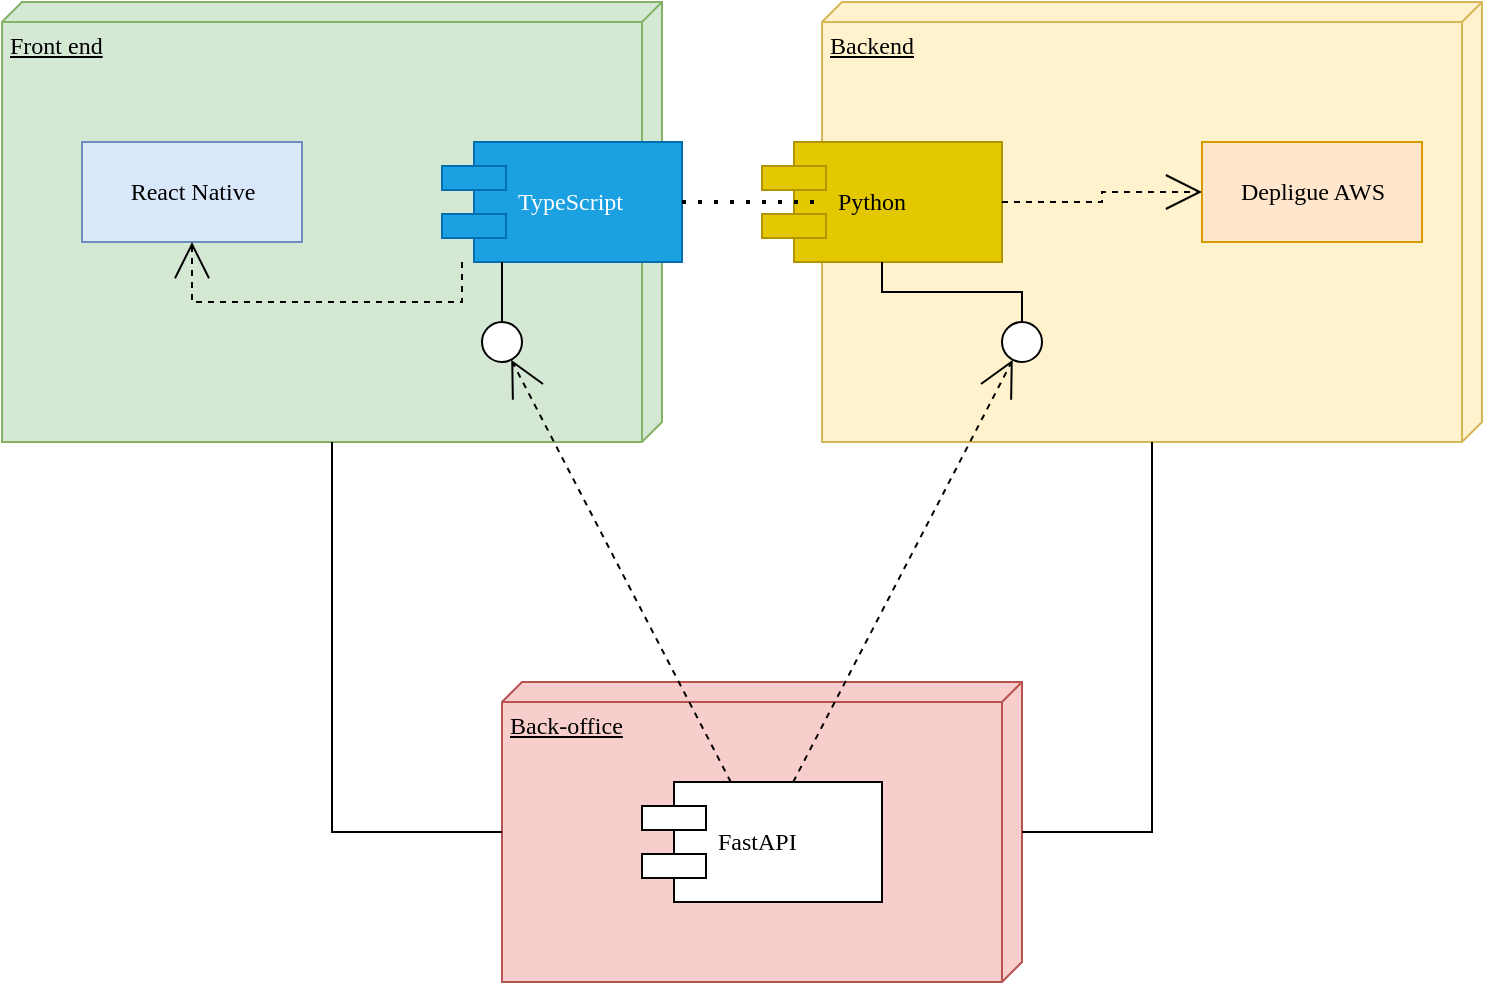
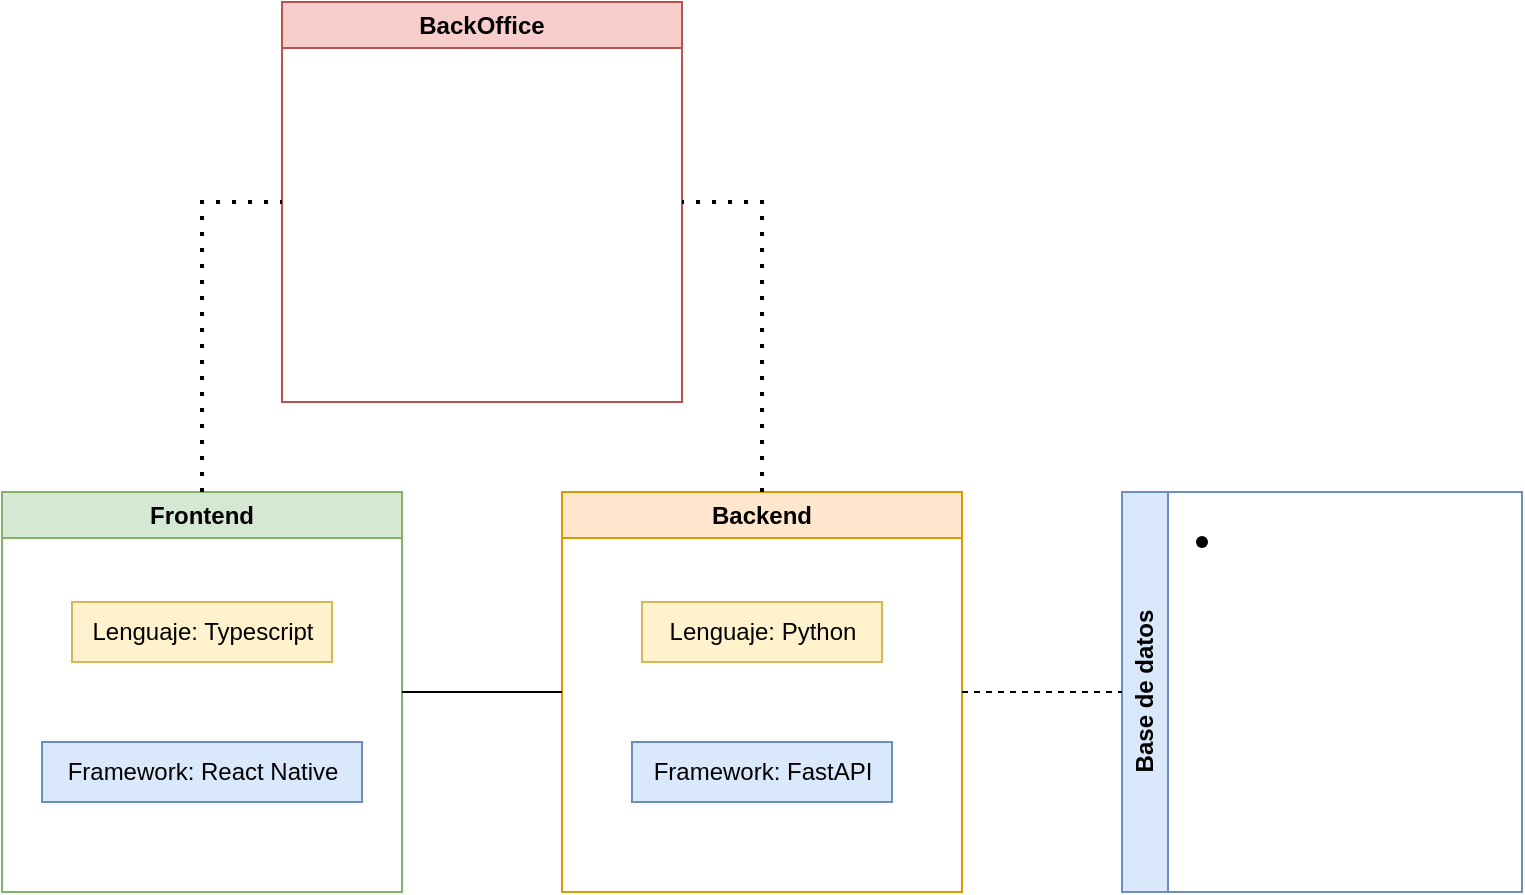
<mxfile host="app.diagrams.net" agent="Mozilla/5.0 (Windows NT 10.0; Win64; x64; rv:136.0) Gecko/20100101 Firefox/136.0" version="26.1.1">
  <diagram name="Page-1" id="5f0bae14-7c28-e335-631c-24af17079c00">
-     <mxGraphModel dx="829" dy="616" grid="1" gridSize="10" guides="1" tooltips="1" connect="1" arrows="1" fold="1" page="1" pageScale="1" pageWidth="1100" pageHeight="850" background="none" math="0" shadow="0">
+     <mxGraphModel dx="608" dy="425" grid="1" gridSize="10" guides="1" tooltips="1" connect="1" arrows="1" fold="1" page="1" pageScale="1" pageWidth="1100" pageHeight="850" background="none" math="0" shadow="0">
      <root>
        <mxCell id="0" />
        <mxCell id="1" parent="0" />
-         <mxCell id="39150e848f15840c-1" value="Front end" style="verticalAlign=top;align=left;spacingTop=8;spacingLeft=2;spacingRight=12;shape=cube;size=10;direction=south;fontStyle=4;html=1;rounded=0;shadow=0;comic=0;labelBackgroundColor=none;strokeWidth=1;fontFamily=Verdana;fontSize=12;fillColor=#d5e8d4;strokeColor=#82b366;" parent="1" vertex="1">
-           <mxGeometry x="120" y="70" width="330" height="220" as="geometry" />
+         <mxCell id="GHSZqHKe280tCcFjGG4P-3" value="&lt;div&gt;Frontend&lt;/div&gt;" style="swimlane;whiteSpace=wrap;html=1;startSize=23;fillColor=#d5e8d4;strokeColor=#82b366;" vertex="1" parent="1">
+           <mxGeometry x="240" y="325" width="200" height="200" as="geometry" />
        </mxCell>
-         <mxCell id="39150e848f15840c-2" value="Backend" style="verticalAlign=top;align=left;spacingTop=8;spacingLeft=2;spacingRight=12;shape=cube;size=10;direction=south;fontStyle=4;html=1;rounded=0;shadow=0;comic=0;labelBackgroundColor=none;strokeWidth=1;fontFamily=Verdana;fontSize=12;fillColor=#fff2cc;strokeColor=#d6b656;" parent="1" vertex="1">
-           <mxGeometry x="530" y="70" width="330" height="220" as="geometry" />
+         <mxCell id="GHSZqHKe280tCcFjGG4P-30" value="Lenguaje: Typescript" style="text;html=1;align=center;verticalAlign=middle;resizable=0;points=[];autosize=1;strokeColor=#d6b656;fillColor=#fff2cc;" vertex="1" parent="GHSZqHKe280tCcFjGG4P-3">
+           <mxGeometry x="35" y="55" width="130" height="30" as="geometry" />
        </mxCell>
-         <mxCell id="39150e848f15840c-3" value="Back-office" style="verticalAlign=top;align=left;spacingTop=8;spacingLeft=2;spacingRight=12;shape=cube;size=10;direction=south;fontStyle=4;html=1;rounded=0;shadow=0;comic=0;labelBackgroundColor=none;strokeWidth=1;fontFamily=Verdana;fontSize=12;fillColor=#f8cecc;strokeColor=#b85450;" parent="1" vertex="1">
-           <mxGeometry x="370" y="410" width="260" height="150" as="geometry" />
+         <mxCell id="GHSZqHKe280tCcFjGG4P-31" value="&lt;div&gt;Framework: React Native&lt;/div&gt;" style="text;html=1;align=center;verticalAlign=middle;resizable=0;points=[];autosize=1;strokeColor=#6c8ebf;fillColor=#dae8fc;" vertex="1" parent="GHSZqHKe280tCcFjGG4P-3">
+           <mxGeometry x="20" y="125" width="160" height="30" as="geometry" />
        </mxCell>
-         <mxCell id="39150e848f15840c-4" value="React Native" style="html=1;rounded=0;shadow=0;comic=0;labelBackgroundColor=none;strokeWidth=1;fontFamily=Verdana;fontSize=12;align=center;fillColor=#dae8fc;strokeColor=#6c8ebf;" parent="1" vertex="1">
-           <mxGeometry x="160" y="140" width="110" height="50" as="geometry" />
+         <mxCell id="GHSZqHKe280tCcFjGG4P-8" value="&lt;div&gt;Backend&lt;/div&gt;" style="swimlane;whiteSpace=wrap;html=1;fillColor=#ffe6cc;strokeColor=#d79b00;" vertex="1" parent="1">
+           <mxGeometry x="520" y="325" width="200" height="200" as="geometry" />
        </mxCell>
-         <mxCell id="39150e848f15840c-5" value="TypeScript" style="shape=component;align=left;spacingLeft=36;rounded=0;shadow=0;comic=0;labelBackgroundColor=none;strokeWidth=1;fontFamily=Verdana;fontSize=12;html=1;fillColor=#1ba1e2;fontColor=#ffffff;strokeColor=#006EAF;" parent="1" vertex="1">
-           <mxGeometry x="340" y="140" width="120" height="60" as="geometry" />
+         <mxCell id="GHSZqHKe280tCcFjGG4P-26" value="&lt;div&gt;Lenguaje: Python&lt;/div&gt;" style="text;html=1;align=center;verticalAlign=middle;resizable=0;points=[];autosize=1;strokeColor=#d6b656;fillColor=#fff2cc;" vertex="1" parent="GHSZqHKe280tCcFjGG4P-8">
+           <mxGeometry x="40" y="55" width="120" height="30" as="geometry" />
        </mxCell>
-         <mxCell id="39150e848f15840c-6" value="" style="ellipse;whiteSpace=wrap;html=1;rounded=0;shadow=0;comic=0;labelBackgroundColor=none;strokeWidth=1;fontFamily=Verdana;fontSize=12;align=center;" parent="1" vertex="1">
-           <mxGeometry x="360" y="230" width="20" height="20" as="geometry" />
+         <mxCell id="GHSZqHKe280tCcFjGG4P-28" value="&lt;div&gt;Framework: FastAPI&lt;/div&gt;" style="text;html=1;align=center;verticalAlign=middle;resizable=0;points=[];autosize=1;strokeColor=#6c8ebf;fillColor=#dae8fc;" vertex="1" parent="GHSZqHKe280tCcFjGG4P-8">
+           <mxGeometry x="35" y="125" width="130" height="30" as="geometry" />
        </mxCell>
-         <mxCell id="39150e848f15840c-7" value="Python" style="shape=component;align=left;spacingLeft=36;rounded=0;shadow=0;comic=0;labelBackgroundColor=none;strokeWidth=1;fontFamily=Verdana;fontSize=12;html=1;fillColor=#e3c800;fontColor=#000000;strokeColor=#B09500;" parent="1" vertex="1">
-           <mxGeometry x="500" y="140" width="120" height="60" as="geometry" />
+         <mxCell id="GHSZqHKe280tCcFjGG4P-9" value="BackOffice" style="swimlane;whiteSpace=wrap;html=1;fillColor=#f8cecc;strokeColor=#b85450;" vertex="1" parent="1">
+           <mxGeometry x="380" y="80" width="200" height="200" as="geometry" />
        </mxCell>
-         <mxCell id="39150e848f15840c-8" value="Depligue AWS" style="html=1;rounded=0;shadow=0;comic=0;labelBackgroundColor=none;strokeWidth=1;fontFamily=Verdana;fontSize=12;align=center;fillColor=#ffe6cc;strokeColor=#d79b00;" parent="1" vertex="1">
-           <mxGeometry x="720" y="140" width="110" height="50" as="geometry" />
+         <mxCell id="GHSZqHKe280tCcFjGG4P-10" value="Base de datos" style="swimlane;horizontal=0;whiteSpace=wrap;html=1;fillColor=#dae8fc;strokeColor=#6c8ebf;" vertex="1" parent="1">
+           <mxGeometry x="800" y="325" width="200" height="200" as="geometry" />
        </mxCell>
-         <mxCell id="39150e848f15840c-9" value="" style="ellipse;whiteSpace=wrap;html=1;rounded=0;shadow=0;comic=0;labelBackgroundColor=none;strokeWidth=1;fontFamily=Verdana;fontSize=12;align=center;" parent="1" vertex="1">
-           <mxGeometry x="620" y="230" width="20" height="20" as="geometry" />
+         <mxCell id="GHSZqHKe280tCcFjGG4P-25" value="" style="shape=waypoint;sketch=0;size=6;pointerEvents=1;points=[];fillColor=none;resizable=0;rotatable=0;perimeter=centerPerimeter;snapToPoint=1;" vertex="1" parent="GHSZqHKe280tCcFjGG4P-10">
+           <mxGeometry x="30" y="15" width="20" height="20" as="geometry" />
        </mxCell>
-         <mxCell id="39150e848f15840c-10" value="FastAPI" style="shape=component;align=left;spacingLeft=36;rounded=0;shadow=0;comic=0;labelBackgroundColor=none;strokeWidth=1;fontFamily=Verdana;fontSize=12;html=1;" parent="1" vertex="1">
-           <mxGeometry x="440" y="460" width="120" height="60" as="geometry" />
+         <mxCell id="GHSZqHKe280tCcFjGG4P-15" value="" style="endArrow=none;html=1;rounded=0;entryX=0;entryY=0.5;entryDx=0;entryDy=0;exitX=1;exitY=0.5;exitDx=0;exitDy=0;dashed=1;" edge="1" parent="1" source="GHSZqHKe280tCcFjGG4P-8" target="GHSZqHKe280tCcFjGG4P-10">
+           <mxGeometry width="50" height="50" relative="1" as="geometry">
+             <mxPoint x="730" y="425" as="sourcePoint" />
+             <mxPoint x="770" y="380" as="targetPoint" />
+           </mxGeometry>
        </mxCell>
-         <mxCell id="39150e848f15840c-11" style="edgeStyle=none;rounded=0;html=1;dashed=1;labelBackgroundColor=none;startArrow=none;startFill=0;startSize=8;endArrow=open;endFill=0;endSize=16;fontFamily=Verdana;fontSize=12;" parent="1" source="39150e848f15840c-10" target="39150e848f15840c-6" edge="1">
-           <mxGeometry relative="1" as="geometry" />
+         <mxCell id="GHSZqHKe280tCcFjGG4P-17" value="" style="endArrow=none;html=1;rounded=0;exitX=1;exitY=0.5;exitDx=0;exitDy=0;entryX=0;entryY=0.5;entryDx=0;entryDy=0;" edge="1" parent="1" source="GHSZqHKe280tCcFjGG4P-3" target="GHSZqHKe280tCcFjGG4P-8">
+           <mxGeometry width="50" height="50" relative="1" as="geometry">
+             <mxPoint x="480" y="330" as="sourcePoint" />
+             <mxPoint x="530" y="280" as="targetPoint" />
+             <Array as="points" />
+           </mxGeometry>
        </mxCell>
-         <mxCell id="39150e848f15840c-12" style="edgeStyle=none;rounded=0;html=1;dashed=1;labelBackgroundColor=none;startArrow=none;startFill=0;startSize=8;endArrow=open;endFill=0;endSize=16;fontFamily=Verdana;fontSize=12;" parent="1" source="39150e848f15840c-10" target="39150e848f15840c-9" edge="1">
-           <mxGeometry relative="1" as="geometry" />
-         </mxCell>
-         <mxCell id="39150e848f15840c-13" style="edgeStyle=elbowEdgeStyle;rounded=0;html=1;labelBackgroundColor=none;startArrow=none;startFill=0;startSize=8;endArrow=none;endFill=0;endSize=16;fontFamily=Verdana;fontSize=12;" parent="1" source="39150e848f15840c-9" target="39150e848f15840c-7" edge="1">
-           <mxGeometry relative="1" as="geometry" />
-         </mxCell>
-         <mxCell id="39150e848f15840c-14" style="edgeStyle=elbowEdgeStyle;rounded=0;html=1;labelBackgroundColor=none;startArrow=none;startFill=0;startSize=8;endArrow=none;endFill=0;endSize=16;fontFamily=Verdana;fontSize=12;" parent="1" source="39150e848f15840c-6" target="39150e848f15840c-5" edge="1">
-           <mxGeometry relative="1" as="geometry" />
-         </mxCell>
-         <mxCell id="39150e848f15840c-15" style="edgeStyle=orthogonalEdgeStyle;rounded=0;html=1;labelBackgroundColor=none;startArrow=none;startFill=0;startSize=8;endArrow=open;endFill=0;endSize=16;fontFamily=Verdana;fontSize=12;dashed=1;" parent="1" source="39150e848f15840c-5" target="39150e848f15840c-4" edge="1">
-           <mxGeometry relative="1" as="geometry">
+         <mxCell id="GHSZqHKe280tCcFjGG4P-22" value="" style="endArrow=none;dashed=1;html=1;dashPattern=1 3;strokeWidth=2;rounded=0;exitX=0.5;exitY=0;exitDx=0;exitDy=0;entryX=0;entryY=0.5;entryDx=0;entryDy=0;" edge="1" parent="1" source="GHSZqHKe280tCcFjGG4P-3" target="GHSZqHKe280tCcFjGG4P-9">
+           <mxGeometry width="50" height="50" relative="1" as="geometry">
+             <mxPoint x="480" y="330" as="sourcePoint" />
+             <mxPoint x="530" y="280" as="targetPoint" />
            <Array as="points">
-               <mxPoint x="350" y="220" />
-               <mxPoint x="215" y="220" />
+               <mxPoint x="340" y="180" />
            </Array>
          </mxGeometry>
        </mxCell>
-         <mxCell id="39150e848f15840c-16" style="edgeStyle=orthogonalEdgeStyle;rounded=0;html=1;dashed=1;labelBackgroundColor=none;startArrow=none;startFill=0;startSize=8;endArrow=open;endFill=0;endSize=16;fontFamily=Verdana;fontSize=12;" parent="1" source="39150e848f15840c-7" target="39150e848f15840c-8" edge="1">
-           <mxGeometry relative="1" as="geometry" />
-         </mxCell>
-         <mxCell id="39150e848f15840c-17" style="edgeStyle=orthogonalEdgeStyle;rounded=0;html=1;labelBackgroundColor=none;startArrow=none;startFill=0;startSize=8;endArrow=none;endFill=0;endSize=16;fontFamily=Verdana;fontSize=12;" parent="1" source="39150e848f15840c-3" target="39150e848f15840c-2" edge="1">
-           <mxGeometry relative="1" as="geometry">
+         <mxCell id="GHSZqHKe280tCcFjGG4P-24" value="" style="endArrow=none;dashed=1;html=1;dashPattern=1 3;strokeWidth=2;rounded=0;exitX=0.5;exitY=0;exitDx=0;exitDy=0;entryX=1;entryY=0.5;entryDx=0;entryDy=0;" edge="1" parent="1" source="GHSZqHKe280tCcFjGG4P-8" target="GHSZqHKe280tCcFjGG4P-9">
+           <mxGeometry width="50" height="50" relative="1" as="geometry">
+             <mxPoint x="480" y="330" as="sourcePoint" />
+             <mxPoint x="530" y="280" as="targetPoint" />
            <Array as="points">
-               <mxPoint x="695" y="485" />
-             </Array>
-           </mxGeometry>
-         </mxCell>
-         <mxCell id="39150e848f15840c-18" style="edgeStyle=orthogonalEdgeStyle;rounded=0;html=1;labelBackgroundColor=none;startArrow=none;startFill=0;startSize=8;endArrow=none;endFill=0;endSize=16;fontFamily=Verdana;fontSize=12;" parent="1" source="39150e848f15840c-3" target="39150e848f15840c-1" edge="1">
-           <mxGeometry relative="1" as="geometry">
-             <Array as="points">
-               <mxPoint x="285" y="485" />
-             </Array>
-           </mxGeometry>
-         </mxCell>
-         <mxCell id="ecIFM8nV8tm8DiA7cqdP-7" value="" style="endArrow=none;dashed=1;html=1;dashPattern=1 3;strokeWidth=2;rounded=0;exitX=1;exitY=0.5;exitDx=0;exitDy=0;" parent="1" source="39150e848f15840c-5" edge="1">
-           <mxGeometry width="50" height="50" relative="1" as="geometry">
-             <mxPoint x="410" y="350" as="sourcePoint" />
-             <mxPoint x="530" y="170" as="targetPoint" />
-             <Array as="points">
-               <mxPoint x="530" y="170" />
+               <mxPoint x="620" y="180" />
            </Array>
          </mxGeometry>
        </mxCell>
      </root>
    </mxGraphModel>
  </diagram>
</mxfile>
